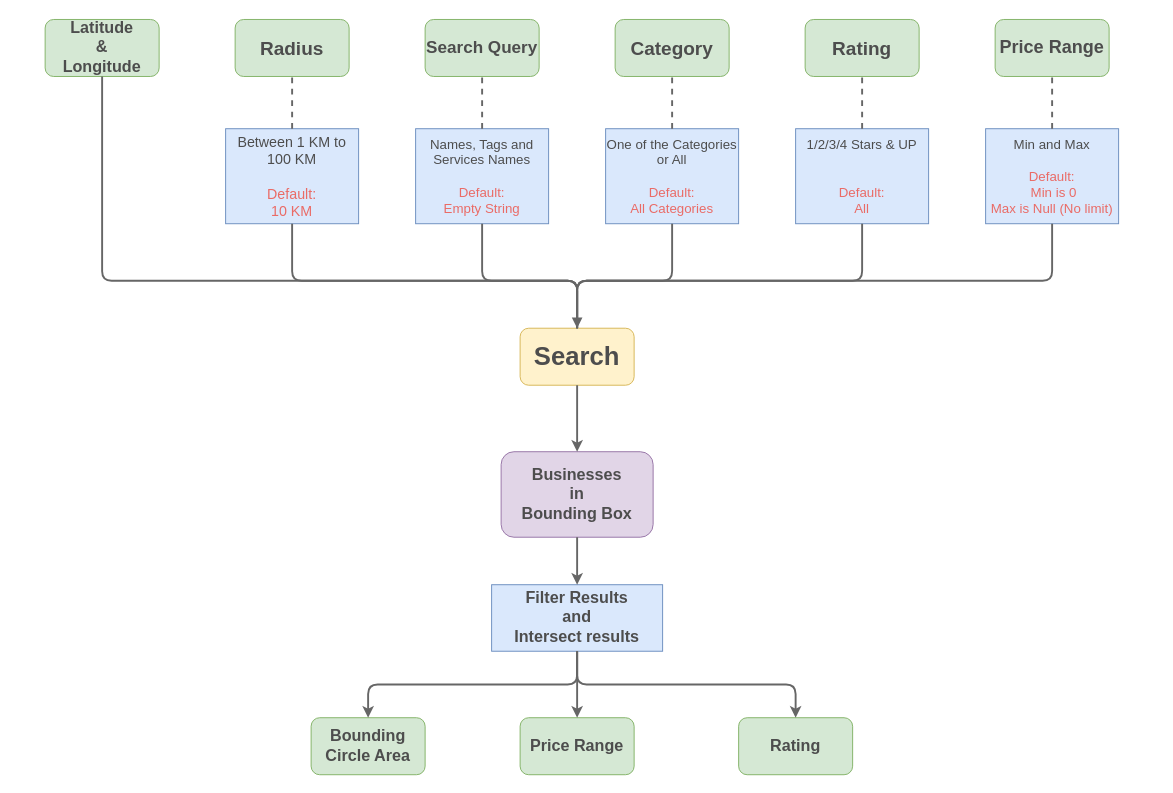
This is Presentation/Diagrams/Search.drawio from mikimakmel/Simpliify, a draw.io file, before an edit. Source tidied: cells renumbered, new cells numbered last; positions are measured from the earlier drawing's top-left corner, leaving out a move shared by most shapes. Both pictures are drawn from the tidied source at 95%, with x=0, y=0 at pixel (16, 16).
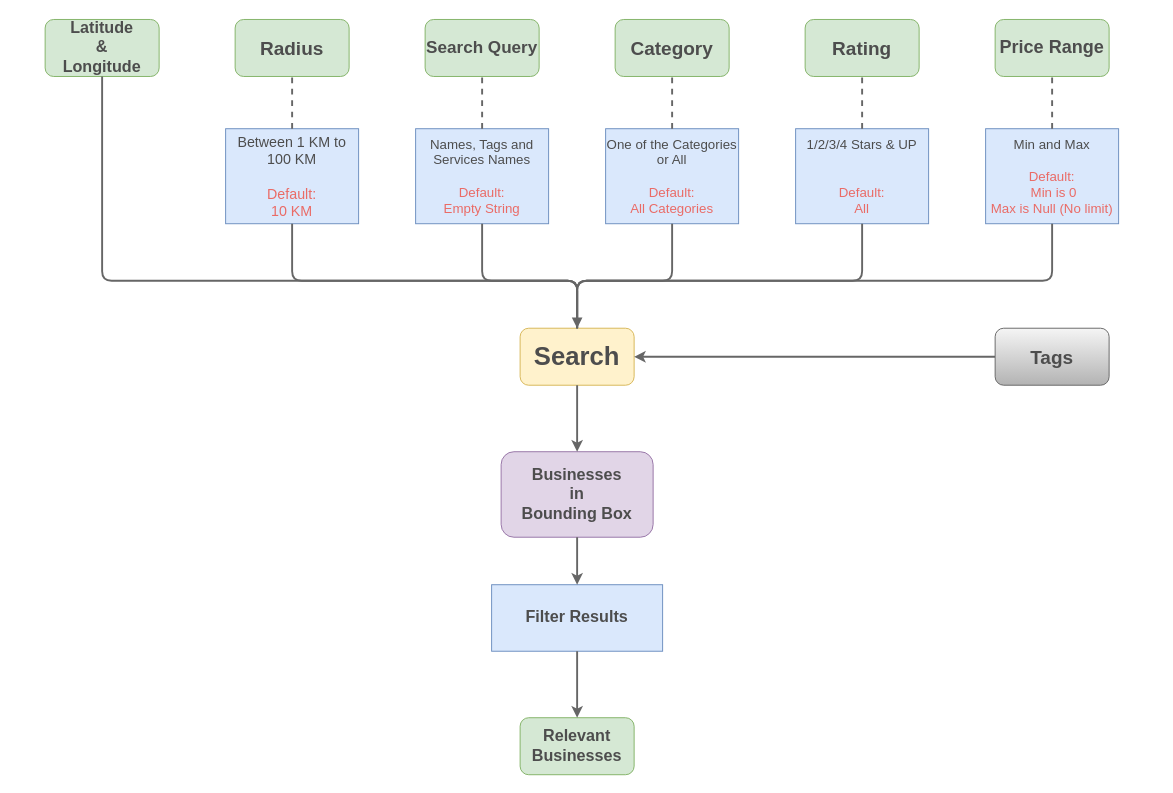
Above is the later version.

The change refers to these unchanged cells:
```xml
<mxCell id="9" value="&lt;font color=&quot;#4d4d4d&quot; size=&quot;1&quot;&gt;&lt;b style=&quot;font-size: 27px&quot;&gt;Search&lt;/b&gt;&lt;/font&gt;" style="rounded=1;whiteSpace=wrap;html=1;fillColor=#fff2cc;strokeColor=#d6b656;" parent="1" vertex="1">
  <mxGeometry x="530" y="328" width="120" height="60" as="geometry" />
</mxCell>
```

Diff of the diagram source:
```diff
@@
-    <mxCell id="28" value="&lt;font color=&quot;#4d4d4d&quot;&gt;&lt;span style=&quot;font-size: 17px&quot;&gt;&lt;b&gt;Bounding Circle Area&lt;/b&gt;&lt;/span&gt;&lt;/font&gt;" style="rounded=1;whiteSpace=wrap;html=1;fillColor=#d5e8d4;strokeColor=#82b366;" parent="1" vertex="1">
-      <mxGeometry x="310" y="738" width="120" height="60" as="geometry" />
-    </mxCell>
-    <mxCell id="29" value="&lt;font color=&quot;#4d4d4d&quot;&gt;&lt;span style=&quot;font-size: 17px&quot;&gt;&lt;b&gt;Price Range&lt;/b&gt;&lt;/span&gt;&lt;/font&gt;" style="rounded=1;whiteSpace=wrap;html=1;fillColor=#d5e8d4;strokeColor=#82b366;" parent="1" vertex="1">
+    <mxCell id="29" value="&lt;font color=&quot;#4d4d4d&quot;&gt;&lt;span style=&quot;font-size: 17px&quot;&gt;&lt;b&gt;Relevant&lt;br&gt;Businesses&lt;br&gt;&lt;/b&gt;&lt;/span&gt;&lt;/font&gt;" style="rounded=1;whiteSpace=wrap;html=1;fillColor=#d5e8d4;strokeColor=#82b366;" parent="1" vertex="1">
       <mxGeometry x="530" y="738" width="120" height="60" as="geometry" />
     </mxCell>
-    <mxCell id="30" value="&lt;font color=&quot;#4d4d4d&quot;&gt;&lt;span style=&quot;font-size: 17px&quot;&gt;&lt;b&gt;Rating&lt;/b&gt;&lt;/span&gt;&lt;/font&gt;" style="rounded=1;whiteSpace=wrap;html=1;fillColor=#d5e8d4;strokeColor=#82b366;" parent="1" vertex="1">
-      <mxGeometry x="760" y="738" width="120" height="60" as="geometry" />
-    </mxCell>
-    <mxCell id="31" value="&lt;font color=&quot;#4d4d4d&quot; size=&quot;1&quot;&gt;&lt;b style=&quot;font-size: 17px&quot;&gt;Filter Results&lt;br&gt;and&lt;br&gt;Intersect results&lt;br&gt;&lt;/b&gt;&lt;/font&gt;" style="rounded=0;whiteSpace=wrap;html=1;fillColor=#dae8fc;strokeColor=#6c8ebf;" parent="1" vertex="1">
+    <mxCell id="31" value="&lt;font color=&quot;#4d4d4d&quot; size=&quot;1&quot;&gt;&lt;b style=&quot;font-size: 17px&quot;&gt;Filter Results&lt;br&gt;&lt;/b&gt;&lt;/font&gt;" style="rounded=0;whiteSpace=wrap;html=1;fillColor=#dae8fc;strokeColor=#6c8ebf;" parent="1" vertex="1">
       <mxGeometry x="500" y="598" width="180" height="70" as="geometry" />
     </mxCell>
@@
-    <mxCell id="34" style="endArrow=classic;html=1;strokeColor=#666666;strokeWidth=2;exitX=0.5;exitY=1;exitDx=0;exitDy=0;entryX=0.5;entryY=0;entryDx=0;entryDy=0;edgeStyle=orthogonalEdgeStyle;" parent="1" edge="1" source="31" target="28">
-      <mxGeometry relative="1" as="geometry" />
-    </mxCell>
-    <mxCell id="35" style="endArrow=classic;html=1;strokeColor=#666666;strokeWidth=2;exitX=0.5;exitY=1;exitDx=0;exitDy=0;entryX=0.5;entryY=0;entryDx=0;entryDy=0;edgeStyle=orthogonalEdgeStyle;" parent="1" edge="1" source="31" target="30">
-      <mxGeometry relative="1" as="geometry" />
-    </mxCell>
+    <mxCell id="36" style="edgeStyle=orthogonalEdgeStyle;rounded=0;jettySize=auto;html=1;strokeWidth=2;strokeColor=#666666;" parent="1" edge="1" source="37" target="9">
+      <mxGeometry relative="1" as="geometry" />
+    </mxCell>
+    <mxCell id="37" value="&lt;font style=&quot;font-size: 20px&quot; color=&quot;#4d4d4d&quot;&gt;&lt;b&gt;Tags&lt;/b&gt;&lt;/font&gt;" style="rounded=1;whiteSpace=wrap;html=1;fillColor=#f5f5f5;strokeColor=#666666;gradientColor=#b3b3b3;" parent="1" vertex="1">
+      <mxGeometry x="1030" y="328" width="120" height="60" as="geometry" />
+    </mxCell>
```
